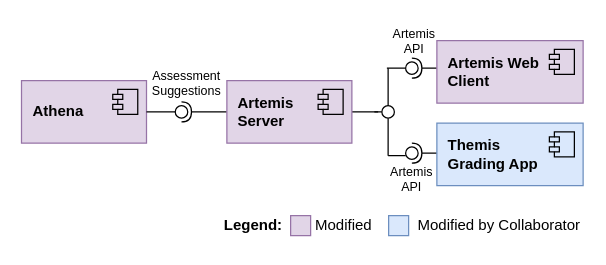
pal03377/master-thesis keeps this draw.io diagram as page "overview" (2 of 11) of figures/src/subsystem-decomposition.drawio. Above is the earlier version. Source tidied: cells renumbered, new cells numbered last; positions are measured from the earlier drawing's top-left corner, leaving out a move shared by most shapes. Both pictures are drawn from the tidied source at 125%, with x=0, y=0 at pixel (21, 21).
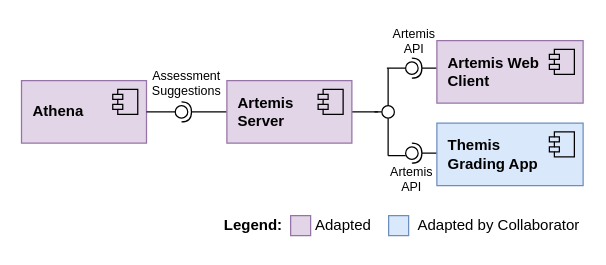
After the change.

The change refers to these unchanged cells:
```xml
<mxCell id="27" style="group;" parent="1" vertex="1">
  <mxGeometry x="160.2" y="147" width="290" height="31" as="geometry" />
</mxCell>
```

The edit, as a diff of the source:
```diff
@@
-    <mxCell id="31" value="Modified" style="text;html=1;strokeColor=none;fillColor=none;align=left;verticalAlign=middle;whiteSpace=wrap;rounded=0;fontStyle=0;" parent="27" vertex="1">
+    <mxCell id="31" value="Adapted" style="text;html=1;strokeColor=none;fillColor=none;align=left;verticalAlign=middle;whiteSpace=wrap;rounded=0;fontStyle=0;" parent="27" vertex="1">
       <mxGeometry x="73.2" y="1" width="60" height="30" as="geometry" />
     </mxCell>
-    <mxCell id="32" value="Modified by Collaborator" style="text;html=1;strokeColor=none;fillColor=none;align=left;verticalAlign=middle;whiteSpace=wrap;rounded=0;fontStyle=0;" parent="27" vertex="1">
+    <mxCell id="32" value="Adapted by Collaborator" style="text;html=1;strokeColor=none;fillColor=none;align=left;verticalAlign=middle;whiteSpace=wrap;rounded=0;fontStyle=0;" parent="27" vertex="1">
       <mxGeometry x="154.8" y="1" width="135.2" height="30" as="geometry" />
     </mxCell>
```
